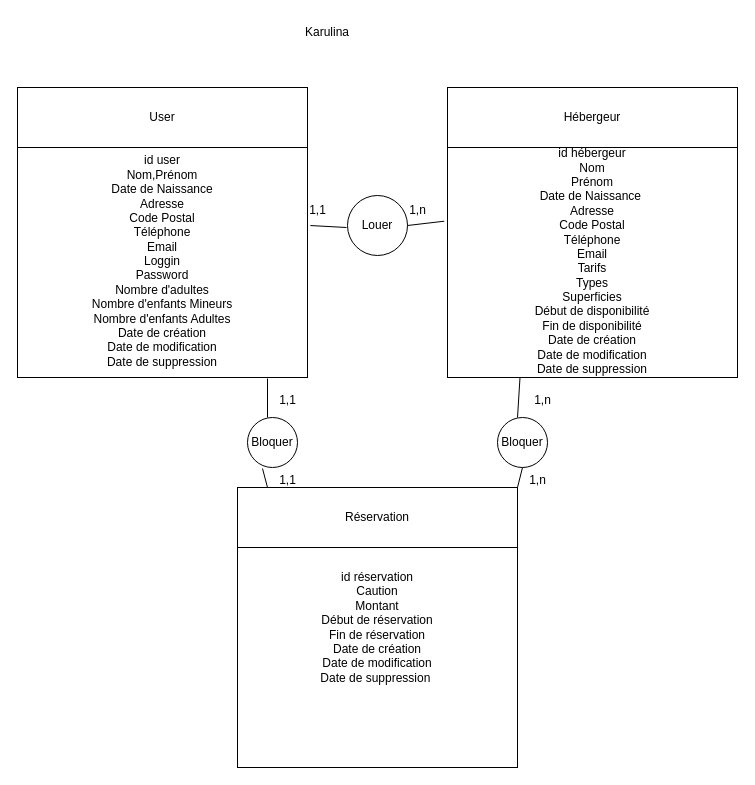
Above: Karulina.drawio in SAKYO17/fantastic-guacamole (draw.io), before the change. Source tidied: cells renumbered, new cells numbered last; positions are measured from the earlier drawing's top-left corner, leaving out a move shared by most shapes. Both pictures are drawn from the tidied source at 100%, with x=0, y=0 at pixel (17, 17).
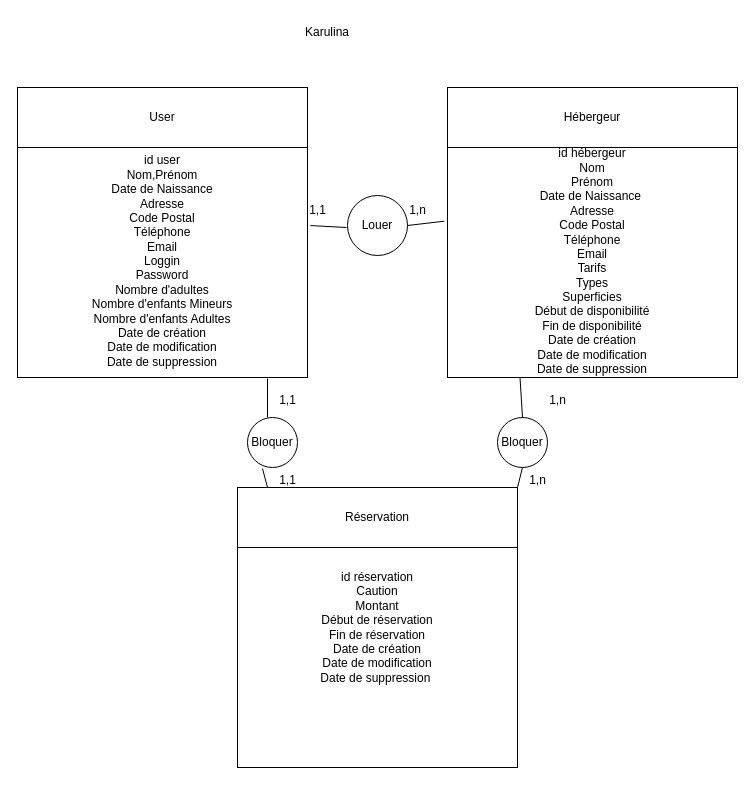
The same page after the edit.

Commit message:
Mettre à jour Karulina.drawio

The change refers to these unchanged cells:
```xml
<mxCell id="4" value="&lt;div&gt;&lt;br&gt;&lt;/div&gt;&lt;div&gt;&lt;br&gt;&lt;/div&gt;&lt;div&gt;&lt;br&gt;&lt;/div&gt;&lt;div&gt;&lt;br&gt;&lt;/div&gt;id hébergeur&lt;div&gt;Nom&lt;/div&gt;&lt;div&gt;Prénom&lt;/div&gt;&lt;div&gt;Date de Naissance&amp;nbsp;&lt;/div&gt;&lt;div&gt;Adresse&lt;/div&gt;&lt;div&gt;Code Postal&lt;/div&gt;&lt;div&gt;Téléphone&lt;/div&gt;&lt;div&gt;Email&lt;/div&gt;&lt;div&gt;Tarifs&lt;/div&gt;&lt;div&gt;Types&lt;br&gt;&lt;/div&gt;&lt;div&gt;Superficies&lt;/div&gt;&lt;div&gt;Début de disponibilité&lt;/div&gt;&lt;div&gt;Fin de disponibilité&lt;/div&gt;&lt;div&gt;Date de création&lt;/div&gt;&lt;div&gt;Date de modification&lt;/div&gt;&lt;div&gt;Date de suppression&lt;/div&gt;" style="whiteSpace=wrap;html=1;" parent="1" vertex="1">
  <mxGeometry x="430" y="70" width="290" height="290" as="geometry" />
</mxCell>
<mxCell id="15" value="Bloquer" style="ellipse;whiteSpace=wrap;html=1;" parent="1" vertex="1">
  <mxGeometry x="480" y="400" width="50" height="50" as="geometry" />
</mxCell>
```

Diff of the diagram source:
```diff
@@
-    <mxCell id="18" style="endArrow=none;html=1;rounded=0;entryX=0.25;entryY=1;entryDx=0;entryDy=0;" parent="1" edge="1" target="4">
-      <mxGeometry relative="1" as="geometry">
-        <mxPoint x="500" y="400" as="sourcePoint" />
-      </mxGeometry>
+    <mxCell id="18" style="endArrow=none;html=1;rounded=0;entryX=0.25;entryY=1;entryDx=0;entryDy=0;exitX=0.5;exitY=0;exitDx=0;exitDy=0;" parent="1" edge="1" source="15" target="4">
+      <mxGeometry relative="1" as="geometry" />
     </mxCell>
@@
     <mxCell id="21" value="1,n" style="text;html=1;align=center;verticalAlign=middle;strokeColor=none;fillColor=none;" parent="1" vertex="1">
-      <mxGeometry x="505" y="368" width="40" height="30" as="geometry" />
+      <mxGeometry x="520" y="368" width="40" height="30" as="geometry" />
     </mxCell>
```
